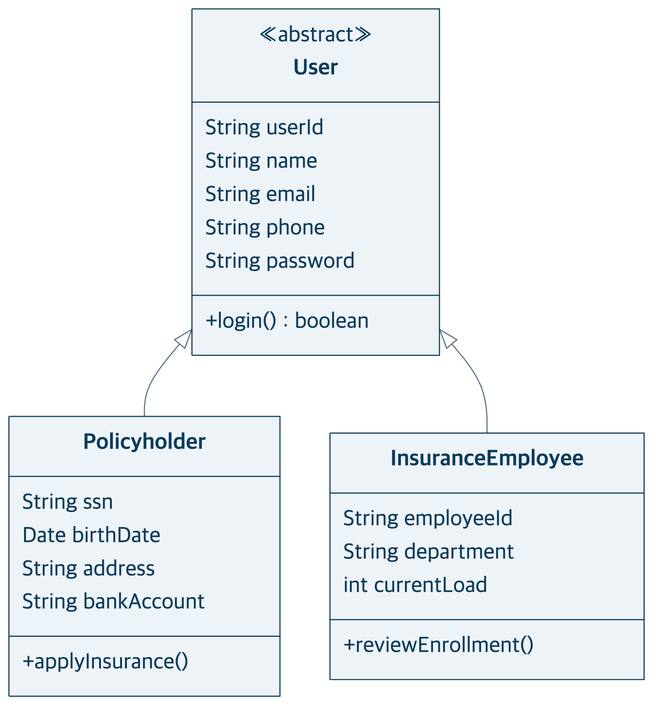
This is docs/presentation/diagrams/clusters/user-design.png from heyoonyoon/distributed-programming, a Mermaid export, as it was before one commit. Its source is kept beside it as docs/presentation/diagrams/clusters/user-design.mmd.
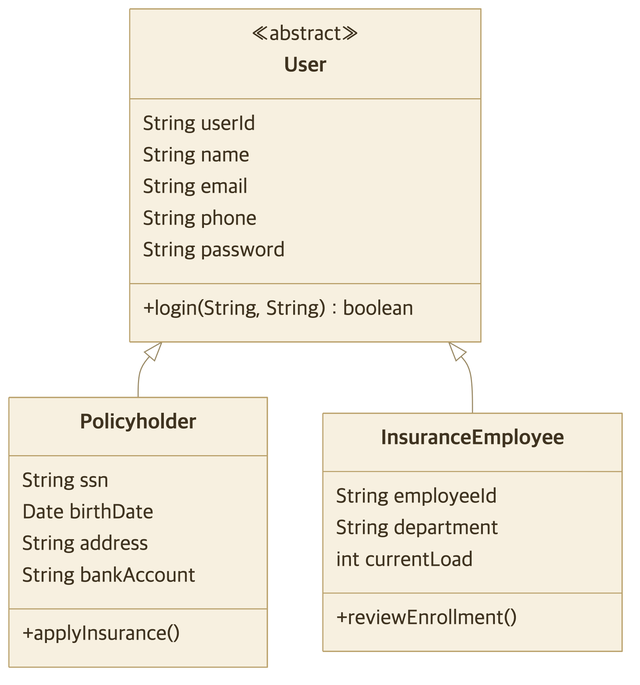
After the change.

Diff of the diagram source:
```diff
@@ -7,7 +7,7 @@
   String email
   String phone
   String password
-  +login() boolean
+  +login(String, String) boolean
 }
 class Policyholder {
   String ssn
```
